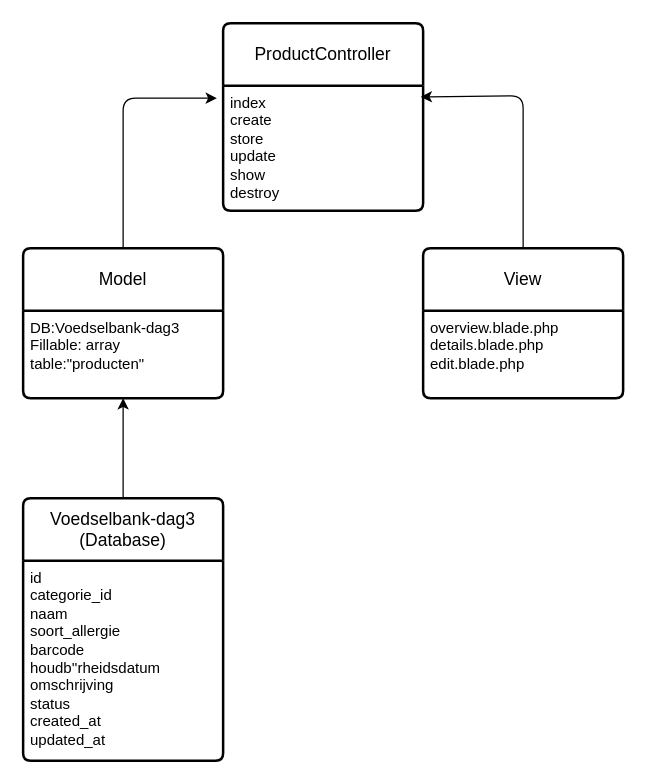
Above: database/nimrod/uml.drawio in NimrodLoozar/Voedselbank_dag3 (draw.io), before the change. Source tidied: cells renumbered, new cells numbered last; positions are measured from the earlier drawing's top-left corner, leaving out a move shared by most shapes. Both pictures are drawn from the tidied source at 125%, with x=0, y=0 at pixel (22, 22).
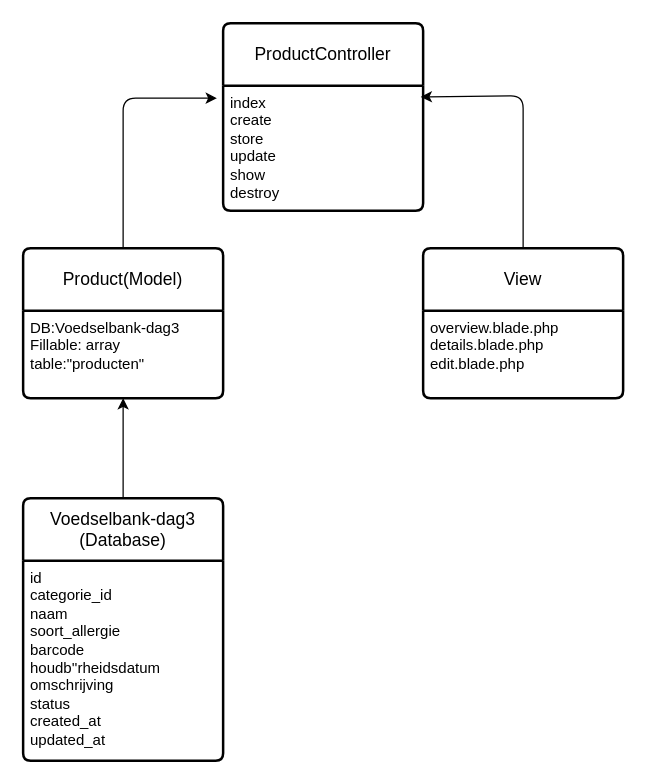
The same page after the edit.

Commit message:
Update UML diagram for Voedselbank-dag3: refine model and view representations

The edit, as a diff of the source:
```diff
@@
 <mxGraphModel>
   <root>
     <mxCell id="0" />
     <mxCell id="1" parent="0" />
     <mxCell id="2" style="edgeStyle=none;html=1;" parent="1" edge="1" source="3">
       <mxGeometry relative="1" as="geometry">
         <mxPoint x="155" y="60" as="targetPoint" />
         <Array as="points">
           <mxPoint x="80" y="60" />
         </Array>
       </mxGeometry>
     </mxCell>
-    <mxCell id="3" value="Model" style="swimlane;horizontal=1;startSize=50;rounded=1;fontSize=14;fontStyle=0;strokeWidth=2;shadow=0;dashed=0;align=center;arcSize=4;whiteSpace=wrap;html=1;" parent="1" vertex="1">
+    <mxCell id="3" value="Product(Model)" style="swimlane;horizontal=1;startSize=50;rounded=1;fontSize=14;fontStyle=0;strokeWidth=2;shadow=0;dashed=0;align=center;arcSize=4;whiteSpace=wrap;html=1;" parent="1" vertex="1">
       <mxGeometry y="180" width="160" height="120" as="geometry" />
     </mxCell>
     <mxCell id="4" value="DB:Voedselbank-dag3&lt;div&gt;Fillable: array&lt;/div&gt;&lt;div&gt;table:&quot;producten&quot;&lt;/div&gt;" style="align=left;strokeColor=none;fillColor=none;spacingLeft=4;fontSize=12;verticalAlign=top;html=1;" parent="3" vertex="1">
       <mxGeometry y="50" width="160" height="70" as="geometry" />
     </mxCell>
     <mxCell id="5" style="edgeStyle=none;html=1;entryX=0.988;entryY=0.09;entryDx=0;entryDy=0;entryPerimeter=0;" parent="1" edge="1" source="6" target="12">
       <mxGeometry relative="1" as="geometry">
         <Array as="points">
           <mxPoint x="400" y="58" />
         </Array>
       </mxGeometry>
     </mxCell>
     <mxCell id="6" value="View" style="swimlane;horizontal=1;startSize=50;rounded=1;fontSize=14;fontStyle=0;strokeWidth=2;shadow=0;dashed=0;align=center;arcSize=4;whiteSpace=wrap;html=1;" parent="1" vertex="1">
       <mxGeometry x="320" y="180" width="160" height="120" as="geometry" />
     </mxCell>
     <mxCell id="7" value="overview.blade.php&lt;div&gt;details.blade.php&lt;/div&gt;&lt;div&gt;edit.blade.php&lt;/div&gt;" style="align=left;strokeColor=none;fillColor=none;spacingLeft=4;fontSize=12;verticalAlign=top;html=1;" parent="6" vertex="1">
       <mxGeometry y="50" width="160" height="70" as="geometry" />
     </mxCell>
     <mxCell id="8" style="edgeStyle=none;html=1;entryX=0.5;entryY=1;entryDx=0;entryDy=0;" parent="1" edge="1" source="9" target="4">
       <mxGeometry relative="1" as="geometry" />
     </mxCell>
     <mxCell id="9" value="Voedselbank-dag3&lt;br&gt;(Database)" style="swimlane;horizontal=1;startSize=50;rounded=1;fontSize=14;fontStyle=0;strokeWidth=2;shadow=0;dashed=0;align=center;arcSize=4;whiteSpace=wrap;html=1;" parent="1" vertex="1">
       <mxGeometry y="380" width="160" height="210" as="geometry" />
     </mxCell>
     <mxCell id="10" value="id&lt;div&gt;categorie_id&lt;/div&gt;&lt;div&gt;naam&lt;/div&gt;&lt;div&gt;soort_allergie&lt;/div&gt;&lt;div&gt;barcode&lt;/div&gt;&lt;div&gt;houdb''rheidsdatum&lt;/div&gt;&lt;div&gt;omschrijving&lt;/div&gt;&lt;div&gt;status&lt;/div&gt;&lt;div&gt;created_at&lt;/div&gt;&lt;div&gt;updated_at&lt;/div&gt;" style="align=left;strokeColor=none;fillColor=none;spacingLeft=4;fontSize=12;verticalAlign=top;html=1;" parent="9" vertex="1">
       <mxGeometry y="50" width="160" height="160" as="geometry" />
     </mxCell>
     <mxCell id="11" value="ProductController" style="swimlane;horizontal=1;startSize=50;rounded=1;fontSize=14;fontStyle=0;strokeWidth=2;shadow=0;dashed=0;align=center;arcSize=4;whiteSpace=wrap;html=1;" parent="1" vertex="1">
       <mxGeometry x="160" width="160" height="150" as="geometry" />
     </mxCell>
     <mxCell id="12" value="index&lt;div&gt;create&lt;/div&gt;&lt;div&gt;store&lt;/div&gt;&lt;div&gt;update&lt;/div&gt;&lt;div&gt;show&lt;/div&gt;&lt;div&gt;destroy&lt;/div&gt;" style="align=left;strokeColor=none;fillColor=none;spacingLeft=4;fontSize=12;verticalAlign=top;html=1;" parent="11" vertex="1">
       <mxGeometry y="50" width="160" height="100" as="geometry" />
     </mxCell>
   </root>
 </mxGraphModel>
```
